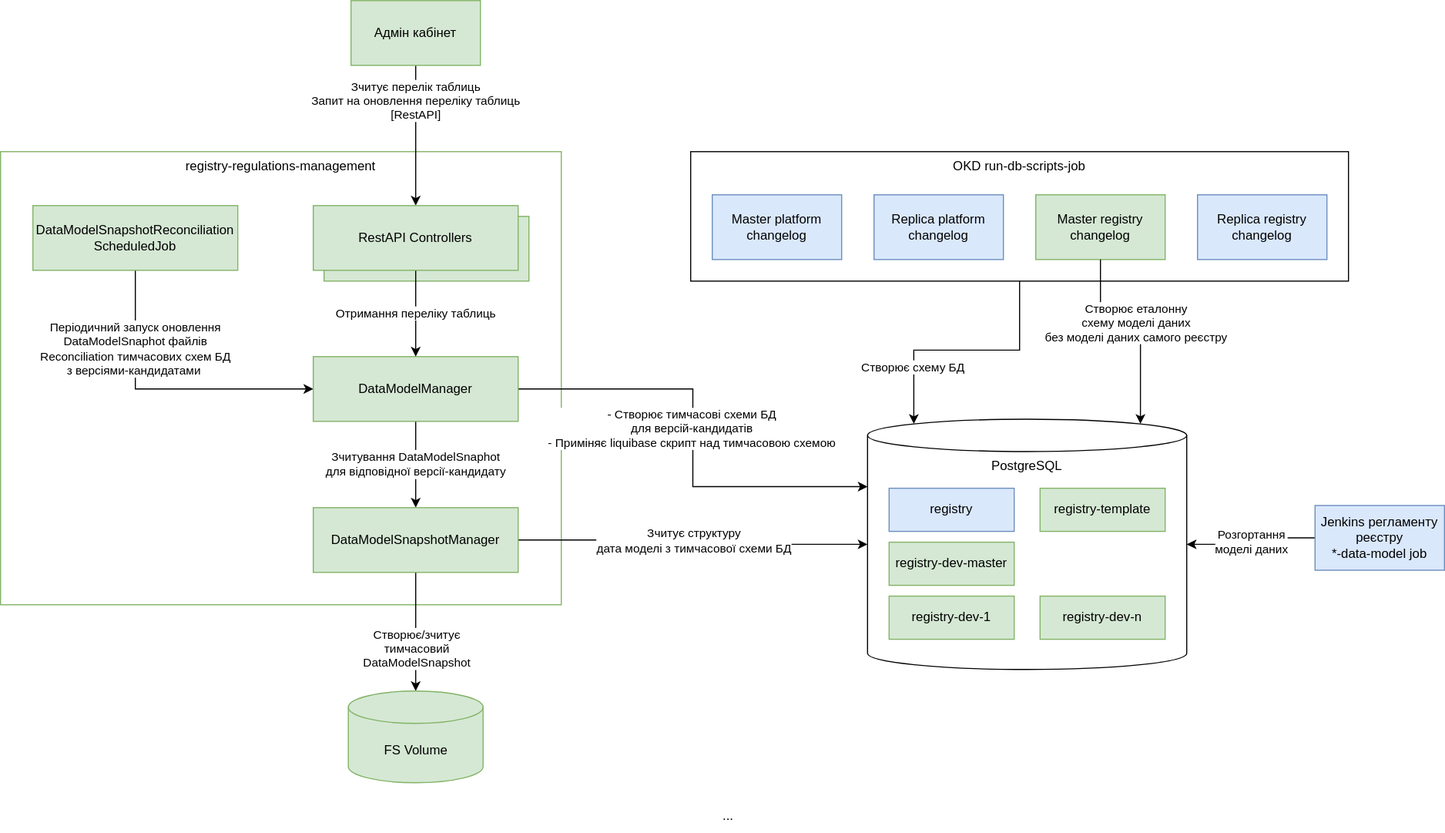
This is modules/arch/images/architecture-workspace/platform-evolution/data-model-version-candidates/target-design.svg from epam/edp-ddm-architecture, a draw.io export, as it was before one commit. Source tidied: cells renumbered, new cells last; positions are measured from the earlier drawing's top-left corner, leaving out a move shared by most shapes.
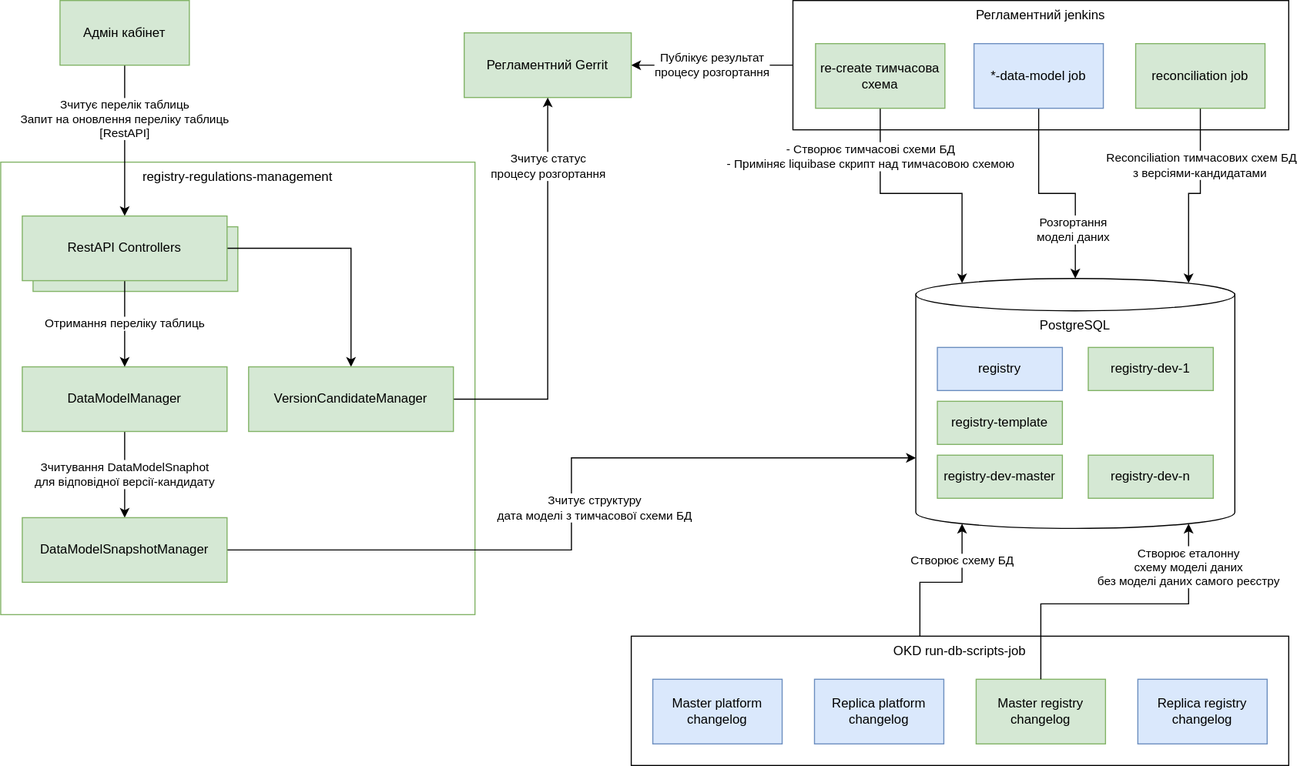
After the change.

Diff of the diagram source:
```diff
@@ -2,114 +2,128 @@
   <root>
     <mxCell id="0" />
     <mxCell id="1" parent="0" />
+    <mxCell id="37" value="Публікує результат&lt;br&gt;процесу розгортання" style="edgeStyle=orthogonalEdgeStyle;rounded=0;jettySize=auto;html=1;entryX=1;entryY=0.5;entryDx=0;entryDy=0;" parent="1" edge="1" source="38" target="48">
+      <mxGeometry relative="1" as="geometry" />
+    </mxCell>
+    <mxCell id="38" value="Регламентний jenkins" style="rounded=0;whiteSpace=wrap;html=1;verticalAlign=top;" parent="1" vertex="1">
+      <mxGeometry x="1005" y="-10" width="460" height="120" as="geometry" />
+    </mxCell>
+    <mxCell id="29" value="..." style="text;html=1;strokeColor=none;fillColor=none;align=center;verticalAlign=middle;whiteSpace=wrap;rounded=0;" parent="1" vertex="1">
+      <mxGeometry x="910" y="661" width="60" height="30" as="geometry" />
+    </mxCell>
     <mxCell id="2" value="RestAPI controllers" style="rounded=0;whiteSpace=wrap;html=1;fillColor=#d5e8d4;strokeColor=#82b366;" parent="1" vertex="1">
       <mxGeometry x="300" y="200" width="190" height="60" as="geometry" />
     </mxCell>
-    <mxCell id="3" style="group;" parent="1" vertex="1">
-      <mxGeometry x="640" y="140" width="610" height="120" as="geometry" />
-    </mxCell>
+    <mxCell id="39" style="group;" parent="1" vertex="1">
+      <mxGeometry x="855" y="580" width="610" height="120" as="geometry" />
+    </mxCell>
-    <mxCell id="4" value="OKD run-db-scripts-job" style="rounded=0;whiteSpace=wrap;html=1;verticalAlign=top;" parent="3" vertex="1">
+    <mxCell id="4" value="OKD run-db-scripts-job" style="rounded=0;whiteSpace=wrap;html=1;verticalAlign=top;" parent="39" vertex="1">
       <mxGeometry width="610" height="120" as="geometry" />
     </mxCell>
-    <mxCell id="5" value="Master platform&lt;br&gt;changelog" style="rounded=0;whiteSpace=wrap;html=1;fillColor=#dae8fc;strokeColor=#6c8ebf;" parent="3" vertex="1">
+    <mxCell id="5" value="Master platform&lt;br&gt;changelog" style="rounded=0;whiteSpace=wrap;html=1;fillColor=#dae8fc;strokeColor=#6c8ebf;" parent="39" vertex="1">
       <mxGeometry x="20" y="40" width="120" height="60" as="geometry" />
     </mxCell>
-    <mxCell id="6" value="Replica platform&lt;br&gt;changelog" style="rounded=0;whiteSpace=wrap;html=1;fillColor=#dae8fc;strokeColor=#6c8ebf;" parent="3" vertex="1">
+    <mxCell id="6" value="Replica platform&lt;br&gt;changelog" style="rounded=0;whiteSpace=wrap;html=1;fillColor=#dae8fc;strokeColor=#6c8ebf;" parent="39" vertex="1">
       <mxGeometry x="170" y="40" width="120" height="60" as="geometry" />
     </mxCell>
-    <mxCell id="7" value="Master registry&lt;br&gt;changelog" style="rounded=0;whiteSpace=wrap;html=1;fillColor=#d5e8d4;strokeColor=#82b366;" parent="3" vertex="1">
+    <mxCell id="7" value="Master registry&lt;br&gt;changelog" style="rounded=0;whiteSpace=wrap;html=1;fillColor=#d5e8d4;strokeColor=#82b366;" parent="39" vertex="1">
       <mxGeometry x="320" y="40" width="120" height="60" as="geometry" />
     </mxCell>
-    <mxCell id="8" value="Replica registry&lt;br&gt;changelog" style="rounded=0;whiteSpace=wrap;html=1;fillColor=#dae8fc;strokeColor=#6c8ebf;" parent="3" vertex="1">
+    <mxCell id="8" value="Replica registry&lt;br&gt;changelog" style="rounded=0;whiteSpace=wrap;html=1;fillColor=#dae8fc;strokeColor=#6c8ebf;" parent="39" vertex="1">
       <mxGeometry x="470" y="40" width="120" height="60" as="geometry" />
     </mxCell>
     <mxCell id="9" value="registry-regulations-management" style="rounded=0;whiteSpace=wrap;html=1;fillColor=none;strokeColor=#82b366;verticalAlign=top;" parent="1" vertex="1">
-      <mxGeometry y="140" width="520" height="420" as="geometry" />
+      <mxGeometry x="270" y="140" width="440" height="420" as="geometry" />
     </mxCell>
-    <mxCell id="10" style="edgeStyle=orthogonalEdgeStyle;rounded=0;jettySize=auto;html=1;entryX=0.5;entryY=0;entryDx=0;entryDy=0;entryPerimeter=0;exitX=0.5;exitY=1;exitDx=0;exitDy=0;" parent="1" edge="1" source="26" target="13">
-      <mxGeometry relative="1" as="geometry" />
-    </mxCell>
-    <mxCell id="11" value="Створює/зчитує&lt;br&gt;тимчасовий &lt;br&gt;DataModelSnapshot" style="edgeLabel;html=1;align=center;verticalAlign=middle;" parent="10" vertex="1">
-      <mxGeometry x="-0.01" relative="1" as="geometry">
-        <mxPoint y="16" as="offset" />
-      </mxGeometry>
-    </mxCell>
-    <mxCell id="12" value="Зчитує структуру&lt;br&gt;дата моделі з тимчасової схеми БД" style="edgeStyle=orthogonalEdgeStyle;rounded=0;jettySize=auto;html=1;entryX=0;entryY=0.5;entryDx=0;entryDy=0;entryPerimeter=0;exitX=1;exitY=0.5;exitDx=0;exitDy=0;" parent="1" edge="1" source="26" target="31">
-      <mxGeometry x="-0.01" relative="1" as="geometry">
+    <mxCell id="12" value="Зчитує структуру&lt;br&gt;дата моделі з тимчасової схеми БД" style="edgeStyle=orthogonalEdgeStyle;rounded=0;jettySize=auto;html=1;entryX=0;entryY=0;entryDx=0;entryDy=166.5;entryPerimeter=0;exitX=1;exitY=0.5;exitDx=0;exitDy=0;" parent="1" edge="1" source="26" target="31">
+      <mxGeometry x="-0.01" y="-20" relative="1" as="geometry">
         <mxPoint x="1" as="offset" />
       </mxGeometry>
     </mxCell>
-    <mxCell id="13" value="FS Volume" style="shape=cylinder3;whiteSpace=wrap;html=1;boundedLbl=1;backgroundOutline=1;size=15;fillColor=#d5e8d4;strokeColor=#82b366;" parent="1" vertex="1">
-      <mxGeometry x="322.5" y="640" width="125" height="85" as="geometry" />
-    </mxCell>
     <mxCell id="14" value="Зчитує перелік таблиць&lt;br&gt;Запит на оновлення переліку таблиць&lt;br&gt;[RestAPI]" style="edgeStyle=orthogonalEdgeStyle;rounded=0;jettySize=auto;html=1;entryX=0.5;entryY=0;entryDx=0;entryDy=0;" parent="1" edge="1" source="15" target="25">
-      <mxGeometry x="-0.5" relative="1" as="geometry" />
+      <mxGeometry x="-0.29" relative="1" as="geometry" />
     </mxCell>
     <mxCell id="15" value="Адмін кабінет" style="rounded=0;whiteSpace=wrap;html=1;fillColor=#d5e8d4;strokeColor=#82b366;" parent="1" vertex="1">
-      <mxGeometry x="325" width="120" height="60" as="geometry" />
+      <mxGeometry x="325" y="-10" width="120" height="60" as="geometry" />
     </mxCell>
-    <mxCell id="16" value="Створює схему БД" style="edgeStyle=orthogonalEdgeStyle;rounded=0;jettySize=auto;html=1;entryX=0.145;entryY=0;entryDx=0;entryDy=4.35;entryPerimeter=0;exitX=0.5;exitY=1;exitDx=0;exitDy=0;" parent="1" edge="1" source="4" target="31">
-      <mxGeometry x="0.54" y="-1" relative="1" as="geometry" />
+    <mxCell id="16" value="Створює схему БД" style="edgeStyle=orthogonalEdgeStyle;rounded=0;jettySize=auto;html=1;entryX=0.145;entryY=1;entryDx=0;entryDy=-4.35;entryPerimeter=0;exitX=0.439;exitY=0;exitDx=0;exitDy=0;exitPerimeter=0;" parent="1" edge="1" source="4" target="31">
+      <mxGeometry x="0.52" relative="1" as="geometry" />
     </mxCell>
-    <mxCell id="17" value="Створює еталонну&lt;br&gt;схему моделі даних&lt;br&gt;без моделі даних самого реєстру" style="edgeStyle=orthogonalEdgeStyle;rounded=0;jettySize=auto;html=1;entryX=0.855;entryY=0;entryDx=0;entryDy=4.35;entryPerimeter=0;exitX=0.5;exitY=1;exitDx=0;exitDy=0;" parent="1" edge="1" source="7" target="31">
-      <mxGeometry x="0.13" y="15" relative="1" as="geometry" />
+    <mxCell id="17" value="Створює еталонну&lt;br&gt;схему моделі даних&lt;br&gt;без моделі даних самого реєстру" style="edgeStyle=orthogonalEdgeStyle;rounded=0;jettySize=auto;html=1;entryX=0.855;entryY=1;entryDx=0;entryDy=-4.35;entryPerimeter=0;exitX=0.5;exitY=0;exitDx=0;exitDy=0;" parent="1" edge="1" source="7" target="31">
+      <mxGeometry x="0.72" relative="1" as="geometry" />
     </mxCell>
-    <mxCell id="18" value="Періодичний запуск оновлення&lt;br&gt;DataModelSnaphot файлів&lt;br&gt;Reconciliation тимчасових схем БД&lt;br&gt;з версіями-кандидатами&amp;nbsp;" style="edgeStyle=orthogonalEdgeStyle;rounded=0;jettySize=auto;html=1;entryX=0;entryY=0.5;entryDx=0;entryDy=0;exitX=0.5;exitY=1;exitDx=0;exitDy=0;" parent="1" edge="1" source="19" target="23">
-      <mxGeometry x="-0.47" relative="1" as="geometry" />
-    </mxCell>
-    <mxCell id="19" value="DataModelSnapshotReconciliation&lt;br&gt;ScheduledJob" style="rounded=0;whiteSpace=wrap;html=1;fillColor=#d5e8d4;strokeColor=#82b366;" parent="1" vertex="1">
-      <mxGeometry x="30" y="190" width="190" height="60" as="geometry" />
-    </mxCell>
     <mxCell id="20" value="Зчитування DataModelSnaphot &lt;br&gt;для відповідної версії-кандидату" style="edgeStyle=orthogonalEdgeStyle;rounded=0;jettySize=auto;html=1;entryX=0.5;entryY=0;entryDx=0;entryDy=0;" parent="1" edge="1" source="23" target="26">
       <mxGeometry relative="1" as="geometry" />
     </mxCell>
-    <mxCell id="21" style="edgeStyle=orthogonalEdgeStyle;rounded=0;jettySize=auto;html=1;entryX=0;entryY=0;entryDx=0;entryDy=62.5;entryPerimeter=0;" parent="1" edge="1" source="23" target="31">
-      <mxGeometry relative="1" as="geometry" />
-    </mxCell>
-    <mxCell id="22" value="- Створює тимчасові схеми БД&lt;br&gt;для версій-кандидатів&lt;br&gt;- Приміняє liquibase скрипт над тимчасовою схемою" style="edgeLabel;html=1;align=center;verticalAlign=middle;" parent="21" vertex="1">
-      <mxGeometry x="-0.05" y="-2" relative="1" as="geometry" />
-    </mxCell>
     <mxCell id="23" value="DataModelManager" style="rounded=0;whiteSpace=wrap;html=1;fillColor=#d5e8d4;strokeColor=#82b366;" parent="1" vertex="1">
       <mxGeometry x="290" y="330" width="190" height="60" as="geometry" />
     </mxCell>
     <mxCell id="24" value="Отримання переліку таблиць" style="edgeStyle=orthogonalEdgeStyle;rounded=0;jettySize=auto;html=1;entryX=0.5;entryY=0;entryDx=0;entryDy=0;" parent="1" edge="1" source="25" target="23">
       <mxGeometry relative="1" as="geometry" />
     </mxCell>
+    <mxCell id="40" style="edgeStyle=orthogonalEdgeStyle;rounded=0;jettySize=auto;html=1;" parent="1" edge="1" source="25" target="50">
+      <mxGeometry relative="1" as="geometry" />
+    </mxCell>
     <mxCell id="25" value="RestAPI Controllers" style="rounded=0;whiteSpace=wrap;html=1;fillColor=#d5e8d4;strokeColor=#82b366;" parent="1" vertex="1">
       <mxGeometry x="290" y="190" width="190" height="60" as="geometry" />
     </mxCell>
     <mxCell id="26" value="DataModelSnapshotManager" style="rounded=0;whiteSpace=wrap;html=1;fillColor=#d5e8d4;strokeColor=#82b366;" parent="1" vertex="1">
       <mxGeometry x="290" y="470" width="190" height="60" as="geometry" />
     </mxCell>
-    <mxCell id="27" value="Розгортання&lt;br&gt;моделі даних" style="edgeStyle=orthogonalEdgeStyle;rounded=0;jettySize=auto;html=1;entryX=1;entryY=0.5;entryDx=0;entryDy=0;entryPerimeter=0;" parent="1" edge="1" source="28" target="31">
-      <mxGeometry relative="1" as="geometry" />
+    <mxCell id="27" value="Розгортання&lt;br&gt;моделі даних" style="edgeStyle=orthogonalEdgeStyle;rounded=0;jettySize=auto;html=1;entryX=0.5;entryY=0;entryDx=0;entryDy=0;entryPerimeter=0;" parent="1" edge="1" source="41" target="31">
+      <mxGeometry x="0.53" y="-2" relative="1" as="geometry" />
     </mxCell>
-    <mxCell id="28" value="Jenkins регламенту реєстру&lt;br&gt;*-data-model job" style="rounded=0;whiteSpace=wrap;html=1;fillColor=#dae8fc;strokeColor=#6c8ebf;" parent="1" vertex="1">
-      <mxGeometry x="1219" y="468" width="120" height="60" as="geometry" />
-    </mxCell>
-    <mxCell id="29" value="..." style="text;html=1;strokeColor=none;fillColor=none;align=center;verticalAlign=middle;whiteSpace=wrap;rounded=0;" parent="1" vertex="1">
-      <mxGeometry x="645" y="741" width="60" height="30" as="geometry" />
-    </mxCell>
-    <mxCell id="30" style="group;" parent="1" vertex="1">
-      <mxGeometry x="804" y="388" width="296" height="232" as="geometry" />
-    </mxCell>
+    <mxCell id="41" value="*-data-model job" style="rounded=0;whiteSpace=wrap;html=1;fillColor=#dae8fc;strokeColor=#6c8ebf;" parent="1" vertex="1">
+      <mxGeometry x="1173" y="30" width="120" height="60" as="geometry" />
+    </mxCell>
+    <mxCell id="42" style="edgeStyle=orthogonalEdgeStyle;rounded=0;jettySize=auto;html=1;entryX=0.145;entryY=0;entryDx=0;entryDy=4.35;entryPerimeter=0;exitX=0.5;exitY=1;exitDx=0;exitDy=0;" parent="1" edge="1" source="44" target="31">
+      <mxGeometry relative="1" as="geometry" />
+    </mxCell>
+    <mxCell id="43" value="- Створює тимчасові схеми БД&lt;br&gt;- Приміняє liquibase скрипт над тимчасовою схемою" style="edgeLabel;html=1;align=center;verticalAlign=middle;" parent="42" vertex="1">
+      <mxGeometry x="-0.49" y="1" relative="1" as="geometry">
+        <mxPoint x="-11" y="-16" as="offset" />
+      </mxGeometry>
+    </mxCell>
+    <mxCell id="44" value="re-create тимчасова схема" style="rounded=0;whiteSpace=wrap;html=1;fillColor=#d5e8d4;strokeColor=#82b366;" parent="1" vertex="1">
+      <mxGeometry x="1026" y="30" width="120" height="60" as="geometry" />
+    </mxCell>
+    <mxCell id="45" style="edgeStyle=orthogonalEdgeStyle;rounded=0;jettySize=auto;html=1;entryX=0.855;entryY=0;entryDx=0;entryDy=4.35;entryPerimeter=0;" parent="1" edge="1" source="47" target="31">
+      <mxGeometry relative="1" as="geometry" />
+    </mxCell>
+    <mxCell id="46" value="Reconciliation тимчасових схем БД&lt;br&gt;з версіями-кандидатами&amp;nbsp;" style="edgeLabel;html=1;align=center;verticalAlign=middle;" parent="45" vertex="1">
+      <mxGeometry x="-0.44" relative="1" as="geometry">
+        <mxPoint y="4" as="offset" />
+      </mxGeometry>
+    </mxCell>
+    <mxCell id="47" value="reconciliation job" style="rounded=0;whiteSpace=wrap;html=1;fillColor=#d5e8d4;strokeColor=#82b366;" parent="1" vertex="1">
+      <mxGeometry x="1323" y="30" width="120" height="60" as="geometry" />
+    </mxCell>
-    <mxCell id="31" value="PostgreSQL" style="shape=cylinder3;whiteSpace=wrap;html=1;boundedLbl=1;backgroundOutline=1;size=15;verticalAlign=top;" parent="30" vertex="1">
-      <mxGeometry width="296" height="232" as="geometry" />
+    <mxCell id="31" value="PostgreSQL" style="shape=cylinder3;whiteSpace=wrap;html=1;boundedLbl=1;backgroundOutline=1;size=15;verticalAlign=top;" parent="1" vertex="1">
+      <mxGeometry x="1119" y="248" width="296" height="232" as="geometry" />
     </mxCell>
-    <mxCell id="32" value="registry" style="rounded=0;whiteSpace=wrap;html=1;fillColor=#dae8fc;strokeColor=#6c8ebf;" parent="30" vertex="1">
-      <mxGeometry x="20" y="64" width="116" height="40" as="geometry" />
+    <mxCell id="32" value="registry" style="rounded=0;whiteSpace=wrap;html=1;fillColor=#dae8fc;strokeColor=#6c8ebf;" parent="1" vertex="1">
+      <mxGeometry x="1139" y="312" width="116" height="40" as="geometry" />
     </mxCell>
-    <mxCell id="33" value="registry-template" style="rounded=0;whiteSpace=wrap;html=1;fillColor=#d5e8d4;strokeColor=#82b366;" parent="30" vertex="1">
-      <mxGeometry x="160" y="64" width="116" height="40" as="geometry" />
+    <mxCell id="33" value="registry-template" style="rounded=0;whiteSpace=wrap;html=1;fillColor=#d5e8d4;strokeColor=#82b366;" parent="1" vertex="1">
+      <mxGeometry x="1139" y="362" width="116" height="40" as="geometry" />
     </mxCell>
-    <mxCell id="34" value="registry-dev-master" style="rounded=0;whiteSpace=wrap;html=1;fillColor=#d5e8d4;strokeColor=#82b366;" parent="30" vertex="1">
-      <mxGeometry x="20" y="114" width="116" height="40" as="geometry" />
+    <mxCell id="34" value="registry-dev-master" style="rounded=0;whiteSpace=wrap;html=1;fillColor=#d5e8d4;strokeColor=#82b366;" parent="1" vertex="1">
+      <mxGeometry x="1139" y="412" width="116" height="40" as="geometry" />
     </mxCell>
-    <mxCell id="35" value="registry-dev-1" style="rounded=0;whiteSpace=wrap;html=1;fillColor=#d5e8d4;strokeColor=#82b366;" parent="30" vertex="1">
-      <mxGeometry x="20" y="164" width="116" height="40" as="geometry" />
+    <mxCell id="35" value="registry-dev-1" style="rounded=0;whiteSpace=wrap;html=1;fillColor=#d5e8d4;strokeColor=#82b366;" parent="1" vertex="1">
+      <mxGeometry x="1279" y="312" width="116" height="40" as="geometry" />
     </mxCell>
-    <mxCell id="36" value="registry-dev-n" style="rounded=0;whiteSpace=wrap;html=1;fillColor=#d5e8d4;strokeColor=#82b366;" parent="30" vertex="1">
-      <mxGeometry x="160" y="164" width="116" height="40" as="geometry" />
+    <mxCell id="36" value="registry-dev-n" style="rounded=0;whiteSpace=wrap;html=1;fillColor=#d5e8d4;strokeColor=#82b366;" parent="1" vertex="1">
+      <mxGeometry x="1279" y="412" width="116" height="40" as="geometry" />
     </mxCell>
+    <mxCell id="48" value="Регламентний Gerrit" style="rounded=0;whiteSpace=wrap;html=1;fillColor=#d5e8d4;strokeColor=#82b366;" parent="1" vertex="1">
+      <mxGeometry x="700" y="20" width="155" height="60" as="geometry" />
+    </mxCell>
+    <mxCell id="49" value="Зчитує статус&lt;br&gt;процесу розгортання" style="edgeStyle=orthogonalEdgeStyle;rounded=0;jettySize=auto;html=1;entryX=0.5;entryY=1;entryDx=0;entryDy=0;" parent="1" edge="1" source="50" target="48">
+      <mxGeometry x="0.65" relative="1" as="geometry" />
+    </mxCell>
+    <mxCell id="50" value="VersionCandidateManager" style="rounded=0;whiteSpace=wrap;html=1;fillColor=#d5e8d4;strokeColor=#82b366;" parent="1" vertex="1">
+      <mxGeometry x="500" y="330" width="190" height="60" as="geometry" />
+    </mxCell>
   </root>
 </mxGraphModel>
```
